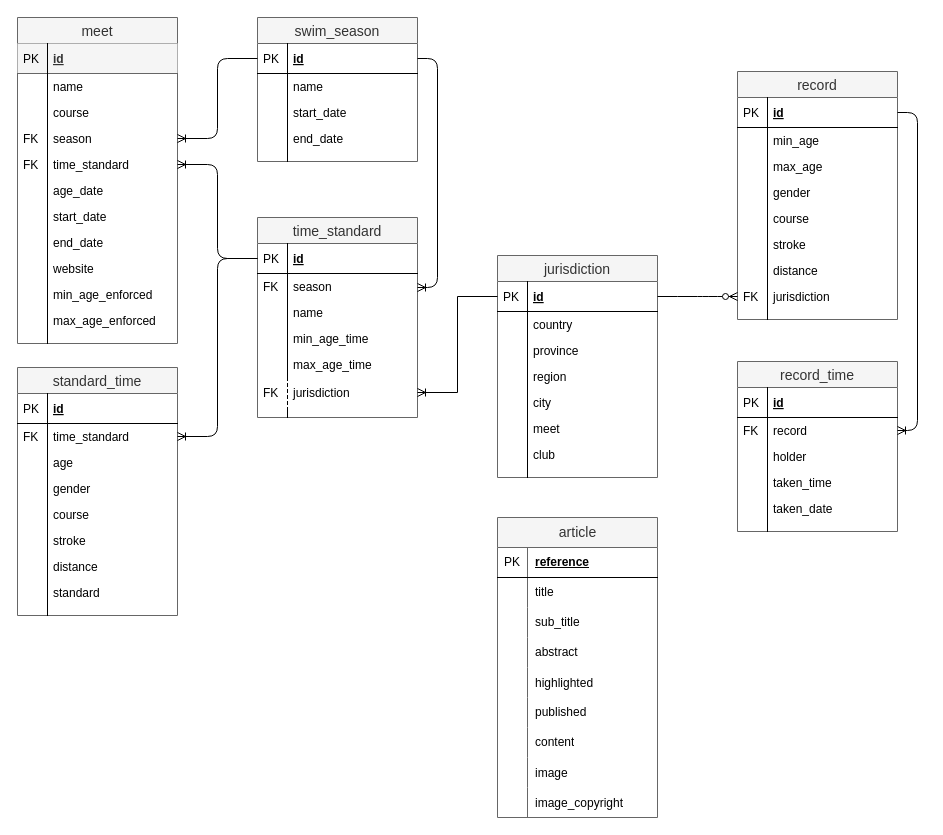
The draw.io diagram docs/models.drawio in geekswimmers/geekswimmers, before the edit. Source tidied: cells renumbered, new cells numbered last; positions are measured from the earlier drawing's top-left corner, leaving out a move shared by most shapes. Both pictures are drawn from the tidied source at 100%, with x=0, y=0 at pixel (17, 17).
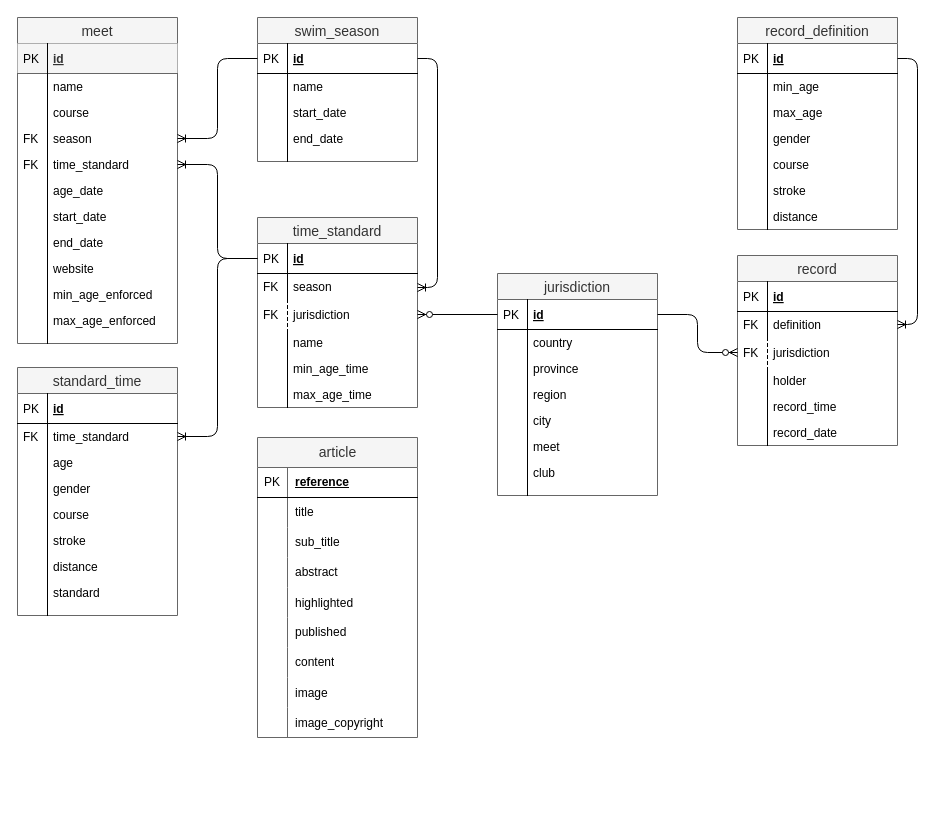
The same diagram, later.

Commit message (it also covers changes not shown here):
Remodeled records schema

Unchanged cells that the change refers to:
```xml
<mxCell id="77" value="id" style="shape=partialRectangle;top=0;left=0;right=0;bottom=1;align=left;verticalAlign=middle;fillColor=none;spacingLeft=34;spacingRight=4;overflow=hidden;points=[[0,0.5],[1,0.5]];portConstraint=eastwest;fontStyle=5;fontSize=12;" parent="76" vertex="1">
  <mxGeometry y="26" width="160" height="30" as="geometry" />
</mxCell>
<mxCell id="110" value="id" style="shape=partialRectangle;top=0;left=0;right=0;bottom=1;align=left;verticalAlign=middle;fillColor=none;spacingLeft=34;spacingRight=4;overflow=hidden;points=[[0,0.5],[1,0.5]];portConstraint=eastwest;fontStyle=5;fontSize=12;" parent="109" vertex="1">
  <mxGeometry y="26" width="160" height="30" as="geometry" />
</mxCell>
```

What changed in the source:
```diff
@@
     <mxCell id="13" value="time_standard" style="swimlane;fontStyle=0;horizontal=1;startSize=26;fillColor=#f5f5f5;swimlaneFillColor=#ffffff;align=center;fontSize=14;fontColor=#333333;strokeColor=#666666;" parent="1" vertex="1">
-      <mxGeometry x="240" y="200" width="160" height="200" as="geometry" />
+      <mxGeometry x="240" y="200" width="160" height="190" as="geometry" />
     </mxCell>
@@
+    <mxCell id="24" value="jurisdiction" style="shape=partialRectangle;fillColor=none;align=left;verticalAlign=middle;strokeColor=none;spacingLeft=34;points=[[0,0.5],[1,0.5]];portConstraint=eastwest;" parent="13" vertex="1">
+      <mxGeometry y="82" width="160" height="30" as="geometry" />
+    </mxCell>
+    <mxCell id="25" value="FK" style="shape=partialRectangle;top=0;left=0;bottom=0;fillColor=none;stokeWidth=1;dashed=1;align=left;verticalAlign=middle;spacingLeft=4;spacingRight=4;overflow=hidden;" parent="24" vertex="1">
+      <mxGeometry width="30" height="30" as="geometry" />
+    </mxCell>
     <mxCell id="18" value="name" style="shape=partialRectangle;top=0;left=0;right=0;bottom=0;align=left;verticalAlign=top;fillColor=none;spacingLeft=34;spacingRight=4;overflow=hidden;fontSize=12;" parent="13" vertex="1">
-      <mxGeometry y="82" width="160" height="26" as="geometry" />
+      <mxGeometry y="112" width="160" height="26" as="geometry" />
     </mxCell>
@@
     <mxCell id="20" value="min_age_time" style="shape=partialRectangle;top=0;left=0;right=0;bottom=0;align=left;verticalAlign=top;fillColor=none;spacingLeft=34;spacingRight=4;overflow=hidden;fontSize=12;" parent="13" vertex="1">
-      <mxGeometry y="108" width="160" height="26" as="geometry" />
+      <mxGeometry y="138" width="160" height="26" as="geometry" />
     </mxCell>
@@
     <mxCell id="22" value="max_age_time" style="shape=partialRectangle;top=0;left=0;right=0;bottom=0;align=left;verticalAlign=top;fillColor=none;spacingLeft=34;spacingRight=4;overflow=hidden;fontSize=12;" parent="13" vertex="1">
-      <mxGeometry y="134" width="160" height="26" as="geometry" />
+      <mxGeometry y="164" width="160" height="26" as="geometry" />
     </mxCell>
@@
-    <mxCell id="24" value="jurisdiction" style="shape=partialRectangle;fillColor=none;align=left;verticalAlign=middle;strokeColor=none;spacingLeft=34;points=[[0,0.5],[1,0.5]];portConstraint=eastwest;" parent="13" vertex="1">
-      <mxGeometry y="160" width="160" height="30" as="geometry" />
-    </mxCell>
-    <mxCell id="25" value="FK" style="shape=partialRectangle;top=0;left=0;bottom=0;fillColor=none;stokeWidth=1;dashed=1;align=left;verticalAlign=middle;spacingLeft=4;spacingRight=4;overflow=hidden;" parent="24" vertex="1">
-      <mxGeometry width="30" height="30" as="geometry" />
-    </mxCell>
-    <mxCell id="26" style="shape=partialRectangle;top=0;left=0;right=0;bottom=0;align=left;verticalAlign=top;fillColor=none;spacingLeft=34;spacingRight=4;overflow=hidden;fontSize=12;" parent="13" vertex="1">
-      <mxGeometry y="190" width="160" height="10" as="geometry" />
-    </mxCell>
-    <mxCell id="27" style="shape=partialRectangle;top=0;left=0;bottom=0;fillColor=none;align=left;verticalAlign=top;spacingLeft=4;spacingRight=4;overflow=hidden;fontSize=12;" parent="26" vertex="1">
-      <mxGeometry width="30" height="10" as="geometry" />
-    </mxCell>
@@
-    <mxCell id="76" value="record" style="swimlane;fontStyle=0;horizontal=1;startSize=26;fillColor=#f5f5f5;swimlaneFillColor=#ffffff;align=center;fontSize=14;fontColor=#333333;strokeColor=#666666;" parent="1" vertex="1">
-      <mxGeometry x="720" y="54" width="160" height="248" as="geometry" />
+    <mxCell id="76" value="record_definition" style="swimlane;fontStyle=0;horizontal=1;startSize=26;fillColor=#f5f5f5;swimlaneFillColor=#ffffff;align=center;fontSize=14;fontColor=#333333;strokeColor=#666666;" parent="1" vertex="1">
+      <mxGeometry x="720" width="160" height="212" as="geometry" />
     </mxCell>
@@
-    <mxCell id="91" value="jurisdiction" style="shape=partialRectangle;top=0;left=0;right=0;bottom=0;align=left;verticalAlign=top;fillColor=none;spacingLeft=34;spacingRight=4;overflow=hidden;points=[[0,0.5],[1,0.5]];portConstraint=eastwest;fontSize=12;" parent="76" vertex="1">
-      <mxGeometry y="212" width="160" height="26" as="geometry" />
-    </mxCell>
-    <mxCell id="92" value="FK" style="shape=partialRectangle;top=0;left=0;bottom=0;fillColor=none;align=left;verticalAlign=top;spacingLeft=4;spacingRight=4;overflow=hidden;fontSize=12;" parent="91" vertex="1">
-      <mxGeometry width="30" height="26" as="geometry" />
-    </mxCell>
-    <mxCell id="93" style="shape=partialRectangle;top=0;left=0;right=0;bottom=0;align=left;verticalAlign=top;fillColor=none;spacingLeft=34;spacingRight=4;overflow=hidden;fontSize=12;" parent="76" vertex="1">
-      <mxGeometry y="238" width="160" height="10" as="geometry" />
-    </mxCell>
-    <mxCell id="94" style="shape=partialRectangle;top=0;left=0;bottom=0;fillColor=none;align=left;verticalAlign=top;spacingLeft=4;spacingRight=4;overflow=hidden;fontSize=12;" parent="93" vertex="1">
-      <mxGeometry width="30" height="10" as="geometry" />
-    </mxCell>
-    <mxCell id="95" value="record_time" style="swimlane;fontStyle=0;horizontal=1;startSize=26;fillColor=#f5f5f5;swimlaneFillColor=#ffffff;align=center;fontSize=14;fontColor=#333333;strokeColor=#666666;" parent="1" vertex="1">
-      <mxGeometry x="720" y="344" width="160" height="170" as="geometry" />
+    <mxCell id="95" value="record" style="swimlane;fontStyle=0;horizontal=1;startSize=26;fillColor=#f5f5f5;swimlaneFillColor=#ffffff;align=center;fontSize=14;fontColor=#333333;strokeColor=#666666;" parent="1" vertex="1">
+      <mxGeometry x="720" y="238" width="160" height="190" as="geometry" />
     </mxCell>
@@
-    <mxCell id="98" value="record" style="shape=partialRectangle;top=0;left=0;right=0;bottom=0;align=left;verticalAlign=top;fillColor=none;spacingLeft=34;spacingRight=4;overflow=hidden;points=[[0,0.5],[1,0.5]];portConstraint=eastwest;fontSize=12;" parent="95" vertex="1">
+    <mxCell id="98" value="definition" style="shape=partialRectangle;top=0;left=0;right=0;bottom=0;align=left;verticalAlign=top;fillColor=none;spacingLeft=34;spacingRight=4;overflow=hidden;points=[[0,0.5],[1,0.5]];portConstraint=eastwest;fontSize=12;" parent="95" vertex="1">
       <mxGeometry y="56" width="160" height="26" as="geometry" />
     </mxCell>
@@
+    <mxCell id="91" value="jurisdiction" style="shape=partialRectangle;fillColor=none;align=left;verticalAlign=middle;strokeColor=none;spacingLeft=34;points=[[0,0.5],[1,0.5]];portConstraint=eastwest;" parent="95" vertex="1">
+      <mxGeometry y="82" width="160" height="30" as="geometry" />
+    </mxCell>
+    <mxCell id="92" value="FK" style="shape=partialRectangle;top=0;left=0;bottom=0;fillColor=none;stokeWidth=1;dashed=1;align=left;verticalAlign=middle;spacingLeft=4;spacingRight=4;overflow=hidden;" parent="91" vertex="1">
+      <mxGeometry width="30" height="30" as="geometry" />
+    </mxCell>
     <mxCell id="100" value="holder" style="shape=partialRectangle;top=0;left=0;right=0;bottom=0;align=left;verticalAlign=top;fillColor=none;spacingLeft=34;spacingRight=4;overflow=hidden;fontSize=12;" parent="95" vertex="1">
-      <mxGeometry y="82" width="160" height="26" as="geometry" />
+      <mxGeometry y="112" width="160" height="26" as="geometry" />
     </mxCell>
@@
-    <mxCell id="102" value="taken_time" style="shape=partialRectangle;top=0;left=0;right=0;bottom=0;align=left;verticalAlign=top;fillColor=none;spacingLeft=34;spacingRight=4;overflow=hidden;fontSize=12;" parent="95" vertex="1">
-      <mxGeometry y="108" width="160" height="26" as="geometry" />
+    <mxCell id="102" value="record_time" style="shape=partialRectangle;top=0;left=0;right=0;bottom=0;align=left;verticalAlign=top;fillColor=none;spacingLeft=34;spacingRight=4;overflow=hidden;fontSize=12;" parent="95" vertex="1">
+      <mxGeometry y="138" width="160" height="26" as="geometry" />
     </mxCell>
@@
-    <mxCell id="104" value="taken_date" style="shape=partialRectangle;top=0;left=0;right=0;bottom=0;align=left;verticalAlign=top;fillColor=none;spacingLeft=34;spacingRight=4;overflow=hidden;fontSize=12;" parent="95" vertex="1">
-      <mxGeometry y="134" width="160" height="26" as="geometry" />
+    <mxCell id="104" value="record_date" style="shape=partialRectangle;top=0;left=0;right=0;bottom=0;align=left;verticalAlign=top;fillColor=none;spacingLeft=34;spacingRight=4;overflow=hidden;fontSize=12;" parent="95" vertex="1">
+      <mxGeometry y="164" width="160" height="26" as="geometry" />
     </mxCell>
@@
-    <mxCell id="106" style="shape=partialRectangle;top=0;left=0;right=0;bottom=0;align=left;verticalAlign=top;fillColor=none;spacingLeft=34;spacingRight=4;overflow=hidden;fontSize=12;" parent="95" vertex="1">
-      <mxGeometry y="160" width="160" height="10" as="geometry" />
-    </mxCell>
-    <mxCell id="107" style="shape=partialRectangle;top=0;left=0;bottom=0;fillColor=none;align=left;verticalAlign=top;spacingLeft=4;spacingRight=4;overflow=hidden;fontSize=12;" parent="106" vertex="1">
-      <mxGeometry width="30" height="10" as="geometry" />
-    </mxCell>
     <mxCell id="108" style="edgeStyle=orthogonalEdgeStyle;fontSize=12;html=1;endArrow=ERoneToMany;" parent="1" edge="1" source="77" target="98">
       <mxGeometry relative="1" as="geometry">
         <Array as="points">
-          <mxPoint x="900" y="95" />
-          <mxPoint x="900" y="413" />
+          <mxPoint x="900" y="41" />
+          <mxPoint x="900" y="307" />
         </Array>
       </mxGeometry>
     </mxCell>
     <mxCell id="109" value="jurisdiction" style="swimlane;fontStyle=0;horizontal=1;startSize=26;fillColor=#f5f5f5;swimlaneFillColor=#ffffff;align=center;fontSize=14;fontColor=#333333;strokeColor=#666666;" parent="1" vertex="1">
-      <mxGeometry x="480" y="238" width="160" height="222" as="geometry" />
+      <mxGeometry x="480" y="256" width="160" height="222" as="geometry" />
     </mxCell>
@@
-    <mxCell id="126" style="edgeStyle=entityRelationEdgeStyle;fontSize=12;html=1;endArrow=ERzeroToMany;endFill=1;" parent="1" edge="1" source="110" target="91">
+    <mxCell id="126" style="edgeStyle=orthogonalEdgeStyle;fontSize=12;html=1;endArrow=ERzeroToMany;endFill=1;" parent="1" edge="1" source="110" target="91">
       <mxGeometry relative="1" as="geometry" />
     </mxCell>
     <mxCell id="127" value="article" style="shape=table;startSize=30;childLayout=tableLayout;rowLines=0;fontStyle=0;align=center;html=1;fillColor=#f5f5f5;fontColor=#333333;strokeColor=#666666;fontSize=14;" parent="1" vertex="1">
-      <mxGeometry x="480" y="500" width="160" height="300" as="geometry" />
+      <mxGeometry x="240" y="420" width="160" height="300" as="geometry" />
     </mxCell>
@@
-    <mxCell id="155" style="edgeStyle=orthogonalEdgeStyle;fontSize=12;html=1;endArrow=ERoneToMany;rounded=0;" parent="1" edge="1" source="110" target="24">
+    <mxCell id="155" style="edgeStyle=orthogonalEdgeStyle;fontSize=12;html=1;endArrow=ERzeroToMany;endFill=1;rounded=0;" parent="1" edge="1" source="110" target="24">
       <mxGeometry relative="1" as="geometry" />
     </mxCell>
```
